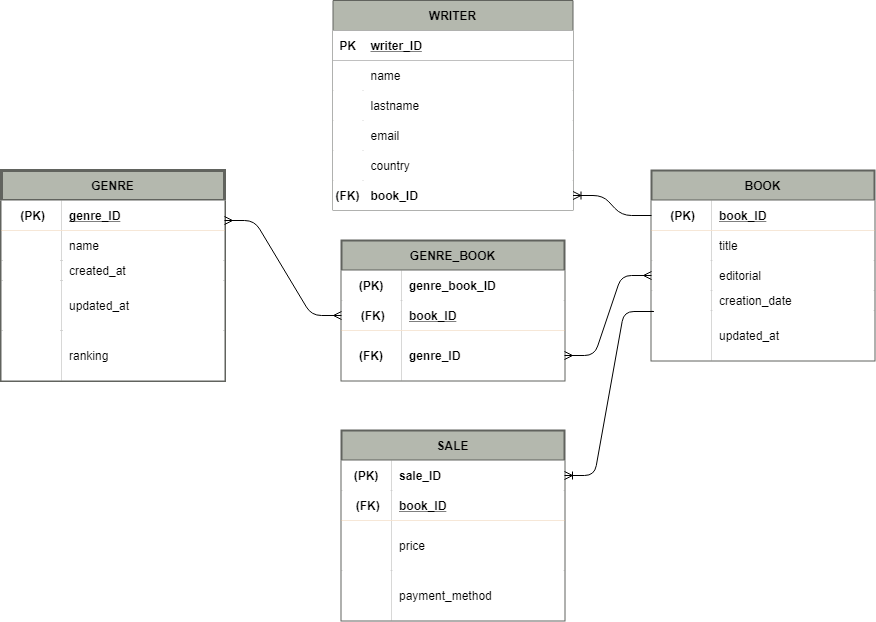
This is Untitled Diagram.drawio.png from EstebanTomas/database_job, a draw.io export, as it was before one commit. Source tidied: cells renumbered, new cells last; positions are measured from the earlier drawing's top-left corner, leaving out a move shared by most shapes.
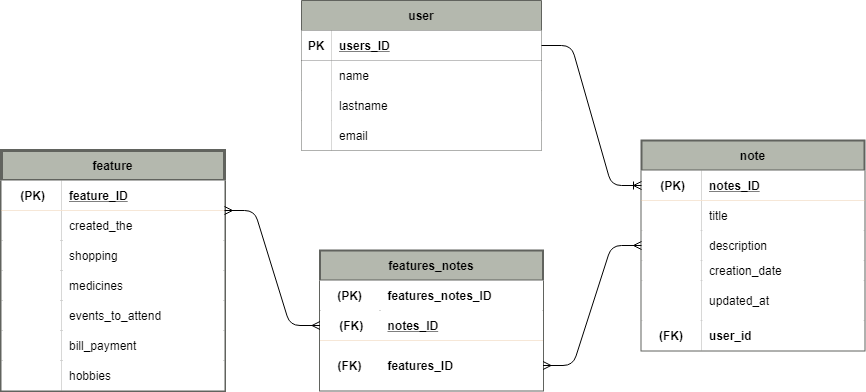
The same diagram one commit later.

Change to the diagram source:
```diff
@@ -2,8 +2,8 @@
   <root>
     <mxCell id="0" />
     <mxCell id="1" parent="0" />
-    <mxCell id="2" value="BOOK" style="shape=table;startSize=30;rowLines=0;fontStyle=1;align=center;fontFamily=Helvetica;fontColor=#000000;strokeColor=#61635E;fillColor=#B4B8AE;labelBackgroundColor=none;strokeWidth=2;" parent="1" vertex="1">
-      <mxGeometry x="650" y="170" width="223" height="190" as="geometry" />
+    <mxCell id="2" value="note" style="shape=table;startSize=30;rowLines=0;fontStyle=1;align=center;fontFamily=Helvetica;fontColor=#000000;strokeColor=#61635E;fillColor=#B4B8AE;labelBackgroundColor=none;strokeWidth=2;" parent="1" vertex="1">
+      <mxGeometry x="1220" y="170" width="223" height="210" as="geometry" />
     </mxCell>
     <mxCell id="3" style="shape=partialRectangle;fillColor=none;top=0;left=0;bottom=1;right=0;points=[[0,0.5],[1,0.5]];portConstraint=eastwest;strokeColor=#DDA15E;fontColor=#FEFAE0;" parent="2" vertex="1">
       <mxGeometry y="30" width="223" height="30" as="geometry" />
@@ -11,7 +11,7 @@
     <mxCell id="4" value=" (PK)" style="shape=partialRectangle;top=0;left=0;bottom=0;right=0;fontStyle=1;overflow=hidden;" parent="3" vertex="1">
       <mxGeometry width="60" height="30" as="geometry" />
     </mxCell>
-    <mxCell id="5" value="book_ID" style="shape=partialRectangle;top=0;left=0;bottom=0;right=0;align=left;spacingLeft=6;fontStyle=5;overflow=hidden;" parent="3" vertex="1">
+    <mxCell id="5" value="notes_ID" style="shape=partialRectangle;top=0;left=0;bottom=0;right=0;align=left;spacingLeft=6;fontStyle=5;overflow=hidden;" parent="3" vertex="1">
       <mxGeometry x="60" width="163" height="30" as="geometry" />
     </mxCell>
     <mxCell id="6" style="shape=partialRectangle;fillColor=none;top=0;left=0;bottom=0;right=0;strokeColor=#DDA15E;fontColor=#FEFAE0;" parent="2" vertex="1">
@@ -29,7 +29,7 @@
     <mxCell id="10" style="shape=partialRectangle;top=0;left=0;bottom=0;right=0;overflow=hidden;" parent="9" vertex="1">
       <mxGeometry width="60" height="30" as="geometry" />
     </mxCell>
-    <mxCell id="11" value="editorial" style="shape=partialRectangle;top=0;left=0;bottom=0;right=0;align=left;spacingLeft=6;overflow=hidden;" parent="9" vertex="1">
+    <mxCell id="11" value="description" style="shape=partialRectangle;top=0;left=0;bottom=0;right=0;align=left;spacingLeft=6;overflow=hidden;" parent="9" vertex="1">
       <mxGeometry x="60" width="163" height="30" as="geometry" />
     </mxCell>
     <mxCell id="12" style="shape=partialRectangle;fillColor=none;top=0;left=0;bottom=0;right=0;strokeColor=#DDA15E;fontColor=#FEFAE0;" parent="2" vertex="1">
@@ -42,16 +42,25 @@
       <mxGeometry x="60" width="163" height="20" as="geometry" />
     </mxCell>
     <mxCell id="15" style="shape=partialRectangle;fillColor=none;top=0;left=0;bottom=0;right=0;points=[[0,0.5],[1,0.5]];portConstraint=eastwest;strokeColor=#DDA15E;fontColor=#FEFAE0;" parent="2" vertex="1">
-      <mxGeometry y="140" width="223" height="50" as="geometry" />
+      <mxGeometry y="140" width="223" height="40" as="geometry" />
     </mxCell>
     <mxCell id="16" style="shape=partialRectangle;top=0;left=0;bottom=0;right=0;overflow=hidden;" parent="15" vertex="1">
-      <mxGeometry width="60" height="50" as="geometry" />
+      <mxGeometry width="60" height="40" as="geometry" />
     </mxCell>
     <mxCell id="17" value="updated_at" style="shape=partialRectangle;top=0;left=0;bottom=0;right=0;align=left;spacingLeft=6;overflow=hidden;" parent="15" vertex="1">
-      <mxGeometry x="60" width="163" height="50" as="geometry" />
+      <mxGeometry x="60" width="163" height="40" as="geometry" />
     </mxCell>
+    <mxCell id="80" style="shape=partialRectangle;fillColor=none;top=0;left=0;bottom=0;right=0;strokeColor=#DDA15E;fontColor=#FEFAE0;" parent="2" vertex="1">
+      <mxGeometry y="180" width="223" height="30" as="geometry" />
+    </mxCell>
+    <mxCell id="81" value="(FK)" style="shape=partialRectangle;top=0;left=0;bottom=0;right=0;overflow=hidden;fontStyle=1;align=center;" parent="80" vertex="1">
+      <mxGeometry width="60" height="30" as="geometry" />
+    </mxCell>
+    <mxCell id="82" value="user_id" style="shape=partialRectangle;top=0;left=0;bottom=0;right=0;align=left;spacingLeft=6;overflow=hidden;fontStyle=1;" parent="80" vertex="1">
+      <mxGeometry x="60" width="163" height="30" as="geometry" />
+    </mxCell>
-    <mxCell id="18" value="WRITER" style="shape=table;startSize=30;rowLines=0;fontStyle=1;align=center;shadow=0;labelBackgroundColor=none;fontColor=#000000;strokeColor=#61635E;strokeWidth=1;fillColor=#B4B8AE;html=0;" parent="1" vertex="1">
-      <mxGeometry x="331.5" width="240" height="210" as="geometry" />
+    <mxCell id="18" value="user" style="shape=table;startSize=30;rowLines=0;fontStyle=1;align=center;shadow=0;labelBackgroundColor=none;fontColor=#000000;strokeColor=#61635E;strokeWidth=1;fillColor=#B4B8AE;html=0;" parent="1" vertex="1">
+      <mxGeometry x="880" y="30" width="240" height="150" as="geometry" />
     </mxCell>
     <mxCell id="19" style="shape=partialRectangle;fillColor=none;top=0;left=0;bottom=1;right=0;points=[[0,0.5],[1,0.5]];portConstraint=eastwest;" parent="18" vertex="1">
       <mxGeometry y="30" width="240" height="30" as="geometry" />
@@ -59,7 +68,7 @@
     <mxCell id="20" value="PK" style="shape=partialRectangle;top=0;left=0;bottom=0;right=0;fontStyle=1;overflow=hidden;" parent="19" vertex="1">
       <mxGeometry width="30" height="30" as="geometry" />
     </mxCell>
-    <mxCell id="21" value="writer_ID" style="shape=partialRectangle;top=0;left=0;bottom=0;right=0;align=left;spacingLeft=6;fontStyle=5;overflow=hidden;" parent="19" vertex="1">
+    <mxCell id="21" value="users_ID" style="shape=partialRectangle;top=0;left=0;bottom=0;right=0;align=left;spacingLeft=6;fontStyle=5;overflow=hidden;" parent="19" vertex="1">
       <mxGeometry x="30" width="210" height="30" as="geometry" />
     </mxCell>
     <mxCell id="22" style="shape=partialRectangle;fillColor=none;top=0;left=0;bottom=0;right=0;" parent="18" vertex="1">
@@ -89,29 +98,11 @@
     <mxCell id="30" value="email" style="shape=partialRectangle;top=0;left=0;bottom=0;right=0;align=left;spacingLeft=6;overflow=hidden;" parent="28" vertex="1">
       <mxGeometry x="30" width="210" height="30" as="geometry" />
     </mxCell>
-    <mxCell id="31" style="shape=partialRectangle;fillColor=none;top=0;left=0;bottom=0;right=0;" parent="18" vertex="1">
-      <mxGeometry y="150" width="240" height="30" as="geometry" />
-    </mxCell>
-    <mxCell id="32" style="shape=partialRectangle;top=0;left=0;bottom=0;right=0;overflow=hidden;" parent="31" vertex="1">
-      <mxGeometry width="30" height="30" as="geometry" />
-    </mxCell>
-    <mxCell id="33" value="country" style="shape=partialRectangle;top=0;left=0;bottom=0;right=0;align=left;spacingLeft=6;overflow=hidden;" parent="31" vertex="1">
-      <mxGeometry x="30" width="210" height="30" as="geometry" />
-    </mxCell>
-    <mxCell id="34" style="shape=partialRectangle;fillColor=none;top=0;left=0;bottom=0;right=0;points=[[0,0.5],[1,0.5]];portConstraint=eastwest;" parent="18" vertex="1">
-      <mxGeometry y="180" width="240" height="30" as="geometry" />
-    </mxCell>
-    <mxCell id="35" value="(FK)" style="shape=partialRectangle;top=0;left=0;bottom=0;right=0;overflow=hidden;fontStyle=1;" parent="34" vertex="1">
-      <mxGeometry width="30" height="30" as="geometry" />
-    </mxCell>
-    <mxCell id="36" value="book_ID" style="shape=partialRectangle;top=0;left=0;bottom=0;right=0;align=left;spacingLeft=6;overflow=hidden;fontStyle=1;" parent="34" vertex="1">
-      <mxGeometry x="30" width="210" height="30" as="geometry" />
-    </mxCell>
-    <mxCell id="37" style="edgeStyle=entityRelationEdgeStyle;fontSize=12;html=1;endArrow=ERoneToMany;fontColor=#000000;strokeColor=#000000;fillColor=#BC6C25;exitX=0;exitY=0.5;exitDx=0;exitDy=0;" parent="1" edge="1" source="3" target="34">
+    <mxCell id="37" style="edgeStyle=entityRelationEdgeStyle;fontSize=12;html=1;endArrow=ERoneToMany;fontColor=#000000;strokeColor=#000000;fillColor=#BC6C25;" parent="1" edge="1" source="19" target="3">
       <mxGeometry relative="1" as="geometry" />
     </mxCell>
-    <mxCell id="38" value="GENRE" style="shape=table;startSize=30;rowLines=0;fontStyle=1;align=center;fontFamily=Helvetica;fontColor=#000000;strokeColor=#61635E;fillColor=#B4B8AE;labelBackgroundColor=none;strokeWidth=3;" parent="1" vertex="1">
-      <mxGeometry y="170" width="223" height="210" as="geometry" />
+    <mxCell id="38" value="feature" style="shape=table;startSize=30;rowLines=0;fontStyle=1;align=center;fontFamily=Helvetica;fontColor=#000000;strokeColor=#61635E;fillColor=#B4B8AE;labelBackgroundColor=none;strokeWidth=3;" parent="1" vertex="1">
+      <mxGeometry x="580" y="180" width="223" height="240" as="geometry" />
     </mxCell>
     <mxCell id="39" style="shape=partialRectangle;fillColor=none;top=0;left=0;bottom=1;right=0;strokeColor=#DDA15E;fontColor=#FEFAE0;" parent="38" vertex="1">
       <mxGeometry y="30" width="223" height="30" as="geometry" />
@@ -119,47 +110,65 @@
     <mxCell id="40" value=" (PK)" style="shape=partialRectangle;top=0;left=0;bottom=0;right=0;fontStyle=1;overflow=hidden;" parent="39" vertex="1">
       <mxGeometry width="60" height="30" as="geometry" />
     </mxCell>
-    <mxCell id="41" value="genre_ID" style="shape=partialRectangle;top=0;left=0;bottom=0;right=0;align=left;spacingLeft=6;fontStyle=5;overflow=hidden;" parent="39" vertex="1">
+    <mxCell id="41" value="feature_ID" style="shape=partialRectangle;top=0;left=0;bottom=0;right=0;align=left;spacingLeft=6;fontStyle=5;overflow=hidden;" parent="39" vertex="1">
       <mxGeometry x="60" width="163" height="30" as="geometry" />
     </mxCell>
-    <mxCell id="42" style="shape=partialRectangle;fillColor=none;top=0;left=0;bottom=0;right=0;strokeColor=#DDA15E;fontColor=#FEFAE0;" parent="38" vertex="1">
-      <mxGeometry y="60" width="223" height="30" as="geometry" />
-    </mxCell>
-    <mxCell id="43" style="shape=partialRectangle;top=0;left=0;bottom=0;right=0;overflow=hidden;fontStyle=0;spacingLeft=1;spacingBottom=1;spacingRight=1;spacingTop=1;spacing=5;" parent="42" vertex="1">
-      <mxGeometry width="60" height="30" as="geometry" />
-    </mxCell>
-    <mxCell id="44" value="name" style="shape=partialRectangle;top=0;left=0;bottom=0;right=0;align=left;spacingLeft=6;overflow=hidden;html=1;" parent="42" vertex="1">
-      <mxGeometry x="60" width="163" height="30" as="geometry" />
-    </mxCell>
     <mxCell id="45" style="shape=partialRectangle;fillColor=none;top=0;left=0;bottom=0;right=0;strokeColor=#DDA15E;fontColor=#FEFAE0;" parent="38" vertex="1">
-      <mxGeometry y="90" width="223" height="20" as="geometry" />
+      <mxGeometry y="60" width="223" height="30" as="geometry" />
     </mxCell>
     <mxCell id="46" style="shape=partialRectangle;top=0;left=0;bottom=0;right=0;overflow=hidden;fontStyle=0;" parent="45" vertex="1">
-      <mxGeometry width="60" height="20" as="geometry" />
+      <mxGeometry width="60" height="30" as="geometry" />
     </mxCell>
-    <mxCell id="47" value="created_at" style="shape=partialRectangle;top=0;left=0;bottom=0;right=0;align=left;spacingLeft=6;overflow=hidden;" parent="45" vertex="1">
-      <mxGeometry x="60" width="163" height="20" as="geometry" />
+    <mxCell id="47" value="created_the" style="shape=partialRectangle;top=0;left=0;bottom=0;right=0;align=left;spacingLeft=6;overflow=hidden;" parent="45" vertex="1">
+      <mxGeometry x="60" width="163" height="30" as="geometry" />
     </mxCell>
     <mxCell id="48" style="shape=partialRectangle;fillColor=none;top=0;left=0;bottom=0;right=0;strokeColor=#DDA15E;fontColor=#FEFAE0;" parent="38" vertex="1">
-      <mxGeometry y="110" width="223" height="50" as="geometry" />
+      <mxGeometry y="90" width="223" height="30" as="geometry" />
     </mxCell>
     <mxCell id="49" style="shape=partialRectangle;top=0;left=0;bottom=0;right=0;overflow=hidden;" parent="48" vertex="1">
-      <mxGeometry width="60" height="50" as="geometry" />
+      <mxGeometry width="60" height="30" as="geometry" />
     </mxCell>
-    <mxCell id="50" value="updated_at" style="shape=partialRectangle;top=0;left=0;bottom=0;right=0;align=left;spacingLeft=6;overflow=hidden;" parent="48" vertex="1">
-      <mxGeometry x="60" width="163" height="50" as="geometry" />
+    <mxCell id="50" value="shopping" style="shape=partialRectangle;top=0;left=0;bottom=0;right=0;align=left;spacingLeft=6;overflow=hidden;" parent="48" vertex="1">
+      <mxGeometry x="60" width="163" height="30" as="geometry" />
     </mxCell>
-    <mxCell id="51" style="shape=partialRectangle;fillColor=none;top=0;left=0;bottom=0;right=0;strokeColor=#DDA15E;fontColor=#FEFAE0;" parent="38" vertex="1">
-      <mxGeometry y="160" width="223" height="50" as="geometry" />
-    </mxCell>
-    <mxCell id="52" style="shape=partialRectangle;top=0;left=0;bottom=0;right=0;overflow=hidden;" parent="51" vertex="1">
-      <mxGeometry width="60" height="50" as="geometry" />
-    </mxCell>
-    <mxCell id="53" value="ranking" style="shape=partialRectangle;top=0;left=0;bottom=0;right=0;align=left;spacingLeft=6;overflow=hidden;" parent="51" vertex="1">
-      <mxGeometry x="60" width="163" height="50" as="geometry" />
-    </mxCell>
+    <mxCell id="83" style="shape=partialRectangle;fillColor=none;top=0;left=0;bottom=0;right=0;strokeColor=#DDA15E;fontColor=#FEFAE0;" parent="38" vertex="1">
+      <mxGeometry y="120" width="223" height="30" as="geometry" />
+    </mxCell>
+    <mxCell id="84" style="shape=partialRectangle;top=0;left=0;bottom=0;right=0;overflow=hidden;" parent="83" vertex="1">
+      <mxGeometry width="60" height="30" as="geometry" />
+    </mxCell>
+    <mxCell id="85" value="medicines" style="shape=partialRectangle;top=0;left=0;bottom=0;right=0;align=left;spacingLeft=6;overflow=hidden;fontStyle=0;" parent="83" vertex="1">
+      <mxGeometry x="60" width="163" height="30" as="geometry" />
+    </mxCell>
+    <mxCell id="86" style="shape=partialRectangle;fillColor=none;top=0;left=0;bottom=0;right=0;strokeColor=#DDA15E;fontColor=#FEFAE0;" parent="38" vertex="1">
+      <mxGeometry y="150" width="223" height="30" as="geometry" />
+    </mxCell>
+    <mxCell id="87" style="shape=partialRectangle;top=0;left=0;bottom=0;right=0;overflow=hidden;" parent="86" vertex="1">
+      <mxGeometry width="60" height="30" as="geometry" />
+    </mxCell>
+    <mxCell id="88" value="events_to_attend" style="shape=partialRectangle;top=0;left=0;bottom=0;right=0;align=left;spacingLeft=6;overflow=hidden;" parent="86" vertex="1">
+      <mxGeometry x="60" width="163" height="30" as="geometry" />
+    </mxCell>
+    <mxCell id="89" style="shape=partialRectangle;fillColor=none;top=0;left=0;bottom=0;right=0;strokeColor=#DDA15E;fontColor=#FEFAE0;" parent="38" vertex="1">
+      <mxGeometry y="180" width="223" height="30" as="geometry" />
+    </mxCell>
+    <mxCell id="90" style="shape=partialRectangle;top=0;left=0;bottom=0;right=0;overflow=hidden;" parent="89" vertex="1">
+      <mxGeometry width="60" height="30" as="geometry" />
+    </mxCell>
+    <mxCell id="91" value="bill_payment" style="shape=partialRectangle;top=0;left=0;bottom=0;right=0;align=left;spacingLeft=6;overflow=hidden;" parent="89" vertex="1">
+      <mxGeometry x="60" width="163" height="30" as="geometry" />
+    </mxCell>
+    <mxCell id="92" style="shape=partialRectangle;fillColor=none;top=0;left=0;bottom=0;right=0;strokeColor=#DDA15E;fontColor=#FEFAE0;" parent="38" vertex="1">
+      <mxGeometry y="210" width="223" height="30" as="geometry" />
+    </mxCell>
+    <mxCell id="93" style="shape=partialRectangle;top=0;left=0;bottom=0;right=0;overflow=hidden;" parent="92" vertex="1">
+      <mxGeometry width="60" height="30" as="geometry" />
+    </mxCell>
+    <mxCell id="94" value="hobbies" style="shape=partialRectangle;top=0;left=0;bottom=0;right=0;align=left;spacingLeft=6;overflow=hidden;" parent="92" vertex="1">
+      <mxGeometry x="60" width="163" height="30" as="geometry" />
+    </mxCell>
-    <mxCell id="54" value="GENRE_BOOK" style="shape=table;startSize=30;rowLines=0;fontStyle=1;align=center;fontFamily=Helvetica;fontColor=#000000;strokeColor=#61635E;fillColor=#B4B8AE;labelBackgroundColor=none;strokeWidth=2;" parent="1" vertex="1">
-      <mxGeometry x="340" y="240" width="223" height="140" as="geometry" />
+    <mxCell id="54" value="features_notes" style="shape=table;startSize=30;rowLines=0;fontStyle=1;align=center;fontFamily=Helvetica;fontColor=#000000;strokeColor=#61635E;fillColor=#B4B8AE;labelBackgroundColor=none;strokeWidth=2;" parent="1" vertex="1">
+      <mxGeometry x="898.5" y="280" width="223" height="140" as="geometry" />
     </mxCell>
     <mxCell id="55" style="shape=partialRectangle;fillColor=none;top=0;left=0;bottom=0;right=0;strokeColor=#DDA15E;fontColor=#FEFAE0;" parent="54" vertex="1">
       <mxGeometry y="30" width="223" height="30" as="geometry" />
@@ -167,7 +176,7 @@
     <mxCell id="56" value="(PK)" style="shape=partialRectangle;top=0;left=0;bottom=0;right=0;overflow=hidden;fontStyle=1;" parent="55" vertex="1">
       <mxGeometry width="60" height="30" as="geometry" />
     </mxCell>
-    <mxCell id="57" value="genre_book_ID" style="shape=partialRectangle;top=0;left=0;bottom=0;right=0;align=left;spacingLeft=6;overflow=hidden;fontStyle=1;" parent="55" vertex="1">
+    <mxCell id="57" value="features_notes_ID" style="shape=partialRectangle;top=0;left=0;bottom=0;right=0;align=left;spacingLeft=6;overflow=hidden;fontStyle=1;" parent="55" vertex="1">
       <mxGeometry x="60" width="163" height="30" as="geometry" />
     </mxCell>
     <mxCell id="58" style="shape=partialRectangle;fillColor=none;top=0;left=0;bottom=1;right=0;points=[[0,0.5],[1,0.5]];portConstraint=eastwest;strokeColor=#DDA15E;fontColor=#FEFAE0;" parent="54" vertex="1">
@@ -176,7 +185,7 @@
     <mxCell id="59" value=" (FK)" style="shape=partialRectangle;top=0;left=0;bottom=0;right=0;fontStyle=1;overflow=hidden;" parent="58" vertex="1">
       <mxGeometry width="60" height="30" as="geometry" />
     </mxCell>
-    <mxCell id="60" value="book_ID" style="shape=partialRectangle;top=0;left=0;bottom=0;right=0;align=left;spacingLeft=6;fontStyle=5;overflow=hidden;" parent="58" vertex="1">
+    <mxCell id="60" value="notes_ID" style="shape=partialRectangle;top=0;left=0;bottom=0;right=0;align=left;spacingLeft=6;fontStyle=5;overflow=hidden;" parent="58" vertex="1">
       <mxGeometry x="60" width="163" height="30" as="geometry" />
     </mxCell>
     <mxCell id="61" style="shape=partialRectangle;fillColor=none;top=0;left=0;bottom=0;right=0;points=[[0,0.5],[1,0.5]];portConstraint=eastwest;strokeColor=#DDA15E;fontColor=#FEFAE0;" parent="54" vertex="1">
@@ -185,58 +194,14 @@
     <mxCell id="62" value="(FK)" style="shape=partialRectangle;top=0;left=0;bottom=0;right=0;overflow=hidden;fontStyle=1;" parent="61" vertex="1">
       <mxGeometry width="60" height="50" as="geometry" />
     </mxCell>
-    <mxCell id="63" value="genre_ID" style="shape=partialRectangle;top=0;left=0;bottom=0;right=0;align=left;spacingLeft=6;overflow=hidden;fontStyle=1;" parent="61" vertex="1">
+    <mxCell id="63" value="features_ID" style="shape=partialRectangle;top=0;left=0;bottom=0;right=0;align=left;spacingLeft=6;overflow=hidden;fontStyle=1;" parent="61" vertex="1">
       <mxGeometry x="60" width="163" height="50" as="geometry" />
     </mxCell>
     <mxCell id="64" style="edgeStyle=entityRelationEdgeStyle;fontSize=12;html=1;endArrow=ERmany;startArrow=ERmany;fontColor=#000000;strokeColor=#000000;fillColor=#BC6C25;entryX=0;entryY=0.5;entryDx=0;entryDy=0;exitX=1;exitY=0.5;exitDx=0;exitDy=0;" parent="1" edge="1" source="61" target="9">
       <mxGeometry relative="1" as="geometry" />
     </mxCell>
-    <mxCell id="65" style="edgeStyle=entityRelationEdgeStyle;fontSize=12;html=1;endArrow=ERmany;startArrow=ERmany;fontColor=#000000;strokeColor=#000000;fillColor=#BC6C25;entryX=0;entryY=0.5;entryDx=0;entryDy=0;" parent="1" edge="1" target="58">
-      <mxGeometry relative="1" as="geometry">
-        <mxPoint x="223" y="220" as="sourcePoint" />
-      </mxGeometry>
+    <mxCell id="65" style="edgeStyle=entityRelationEdgeStyle;fontSize=12;html=1;endArrow=ERmany;startArrow=ERmany;fontColor=#000000;strokeColor=#000000;fillColor=#BC6C25;entryX=0;entryY=0.5;entryDx=0;entryDy=0;exitX=1;exitY=0.25;exitDx=0;exitDy=0;" parent="1" edge="1" source="38" target="58">
+      <mxGeometry relative="1" as="geometry" />
     </mxCell>
-    <mxCell id="66" value="SALE" style="shape=table;startSize=30;rowLines=0;fontStyle=1;align=center;fontFamily=Helvetica;fontColor=#000000;strokeColor=#61635E;fillColor=#B4B8AE;labelBackgroundColor=none;strokeWidth=2;" parent="1" vertex="1">
-      <mxGeometry x="340" y="430" width="223" height="190" as="geometry" />
-    </mxCell>
-    <mxCell id="67" style="shape=partialRectangle;fillColor=none;top=0;left=0;bottom=0;right=0;points=[[0,0.5],[1,0.5]];portConstraint=eastwest;strokeColor=#DDA15E;fontColor=#FEFAE0;" parent="66" vertex="1">
-      <mxGeometry y="30" width="223" height="30" as="geometry" />
-    </mxCell>
-    <mxCell id="68" value="(PK)" style="shape=partialRectangle;top=0;left=0;bottom=0;right=0;overflow=hidden;fontStyle=1;" parent="67" vertex="1">
-      <mxGeometry width="50" height="30" as="geometry" />
-    </mxCell>
-    <mxCell id="69" value="sale_ID" style="shape=partialRectangle;top=0;left=0;bottom=0;right=0;align=left;spacingLeft=6;overflow=hidden;fontStyle=1;" parent="67" vertex="1">
-      <mxGeometry x="50" width="173" height="30" as="geometry" />
-    </mxCell>
-    <mxCell id="70" style="shape=partialRectangle;fillColor=none;top=0;left=0;bottom=1;right=0;strokeColor=#DDA15E;fontColor=#FEFAE0;" parent="66" vertex="1">
-      <mxGeometry y="60" width="223" height="30" as="geometry" />
-    </mxCell>
-    <mxCell id="71" value=" (FK)" style="shape=partialRectangle;top=0;left=0;bottom=0;right=0;fontStyle=1;overflow=hidden;" parent="70" vertex="1">
-      <mxGeometry width="50" height="30" as="geometry" />
-    </mxCell>
-    <mxCell id="72" value="book_ID" style="shape=partialRectangle;top=0;left=0;bottom=0;right=0;align=left;spacingLeft=6;fontStyle=5;overflow=hidden;" parent="70" vertex="1">
-      <mxGeometry x="50" width="173" height="30" as="geometry" />
-    </mxCell>
-    <mxCell id="73" style="shape=partialRectangle;fillColor=none;top=0;left=0;bottom=0;right=0;strokeColor=#DDA15E;fontColor=#FEFAE0;" parent="66" vertex="1">
-      <mxGeometry y="90" width="223" height="50" as="geometry" />
-    </mxCell>
-    <mxCell id="74" style="shape=partialRectangle;top=0;left=0;bottom=0;right=0;overflow=hidden;fontStyle=1;strokeWidth=1;" parent="73" vertex="1">
-      <mxGeometry width="50" height="50" as="geometry" />
-    </mxCell>
-    <mxCell id="75" value="price" style="shape=partialRectangle;top=0;left=0;bottom=0;right=0;align=left;spacingLeft=6;overflow=hidden;fontStyle=0;" parent="73" vertex="1">
-      <mxGeometry x="50" width="173" height="50" as="geometry" />
-    </mxCell>
-    <mxCell id="76" style="shape=partialRectangle;fillColor=none;top=0;left=0;bottom=0;right=0;strokeColor=#DDA15E;fontColor=#FEFAE0;" parent="66" vertex="1">
-      <mxGeometry y="140" width="223" height="50" as="geometry" />
-    </mxCell>
-    <mxCell id="77" style="shape=partialRectangle;top=0;left=0;bottom=0;right=0;overflow=hidden;fontStyle=1;" parent="76" vertex="1">
-      <mxGeometry width="50" height="50" as="geometry" />
-    </mxCell>
-    <mxCell id="78" value="payment_method" style="shape=partialRectangle;top=0;left=0;bottom=0;right=0;align=left;spacingLeft=6;overflow=hidden;fontStyle=0;" parent="76" vertex="1">
-      <mxGeometry x="50" width="173" height="50" as="geometry" />
-    </mxCell>
-    <mxCell id="79" style="edgeStyle=entityRelationEdgeStyle;fontSize=12;html=1;endArrow=ERoneToMany;fontColor=#000000;strokeColor=#000000;fillColor=#BC6C25;exitX=0.011;exitY=0.02;exitDx=0;exitDy=0;exitPerimeter=0;entryX=1;entryY=0.5;entryDx=0;entryDy=0;" parent="1" edge="1" source="15" target="67">
-      <mxGeometry relative="1" as="geometry" />
-    </mxCell>
   </root>
 </mxGraphModel>
```
